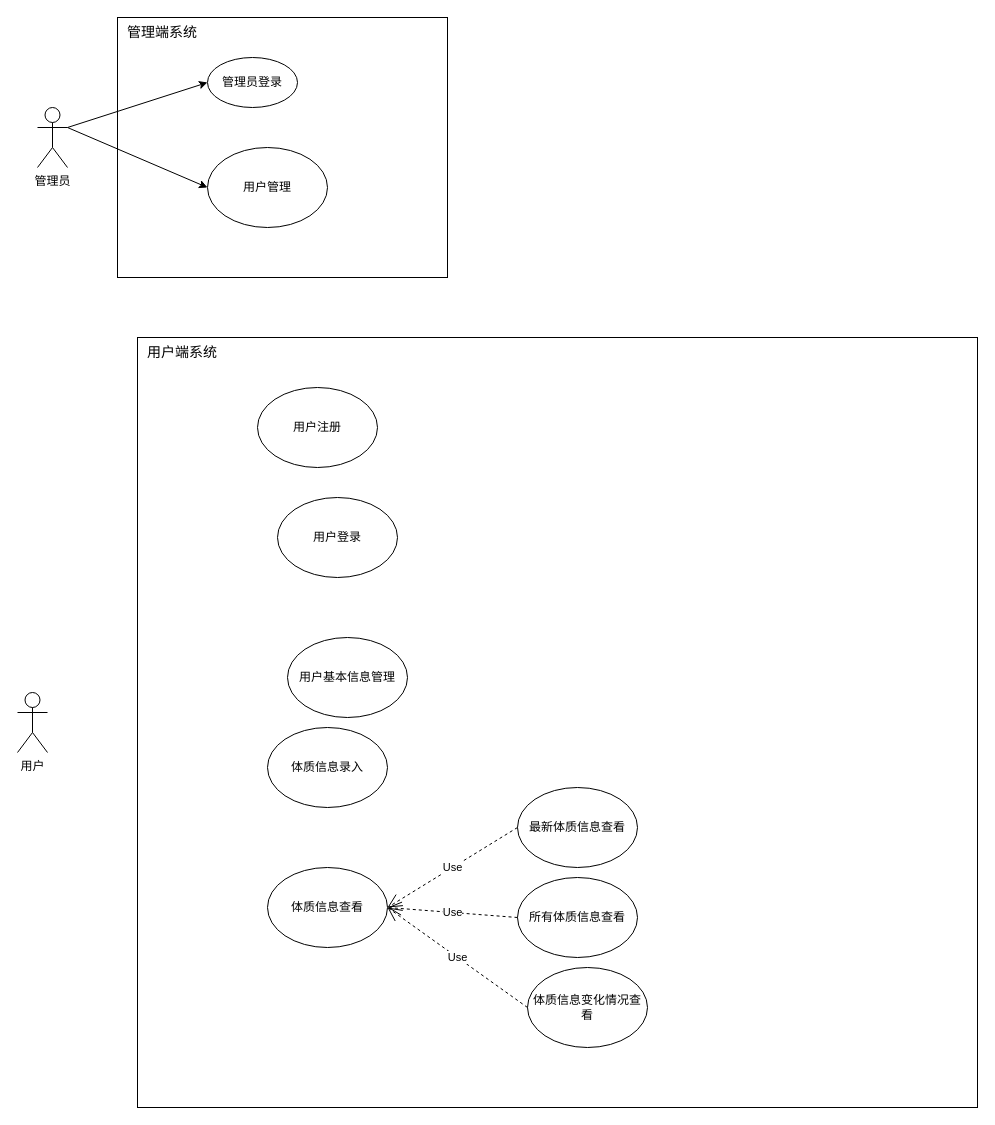
Before: 用例图.drawio in Alkaidar/draw, a draw.io diagram. Source tidied: cells renumbered, new cells numbered last; positions are measured from the earlier drawing's top-left corner, leaving out a move shared by most shapes. Both pictures are drawn from the tidied source at 100%, with x=0, y=0 at pixel (17, 17).
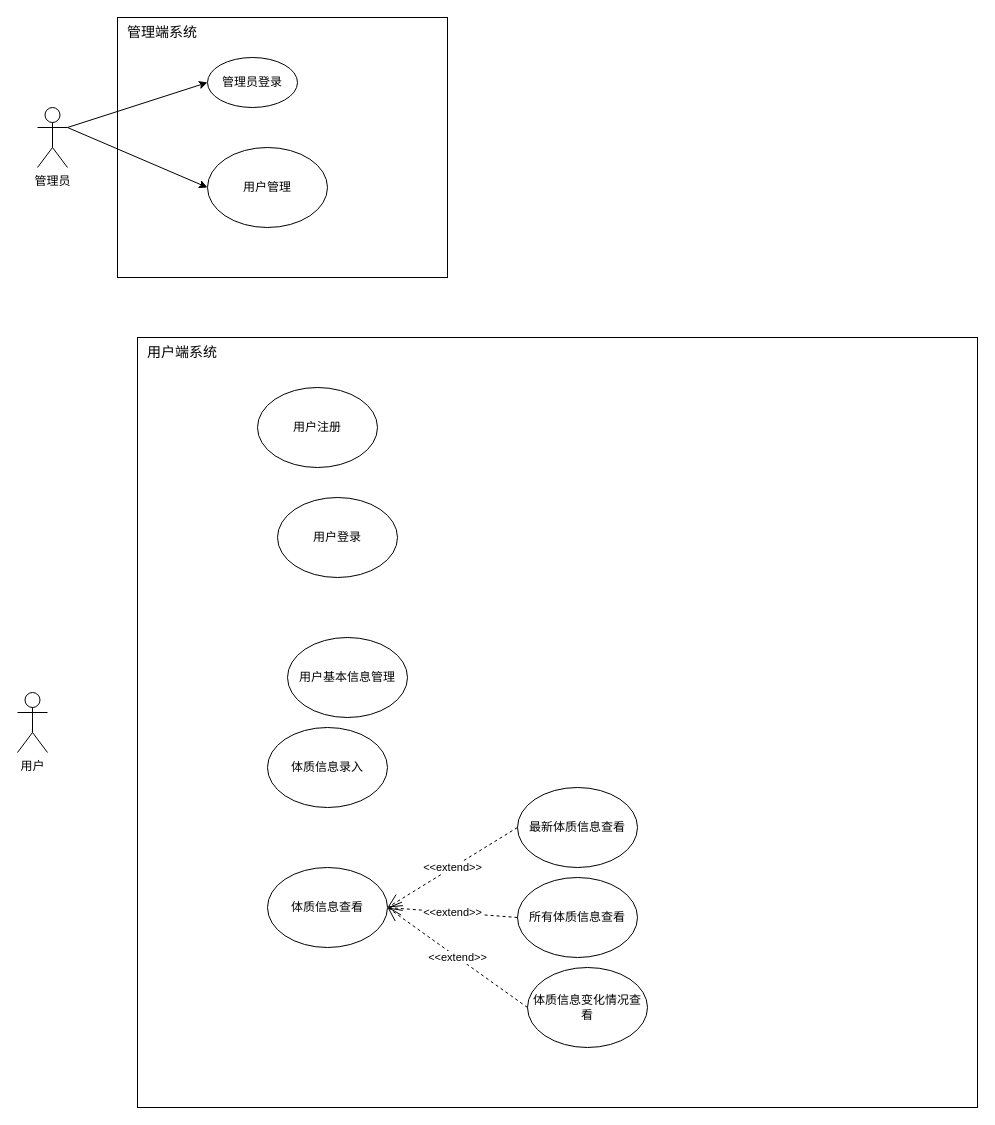
The same diagram, later.

The change refers to these unchanged cells:
```xml
<mxCell id="15" value="体质信息查看" style="ellipse;whiteSpace=wrap;html=1;" parent="1" vertex="1">
  <mxGeometry x="250" y="850" width="120" height="80" as="geometry" />
</mxCell>
<mxCell id="16" value="最新体质信息查看" style="ellipse;whiteSpace=wrap;html=1;" parent="1" vertex="1">
  <mxGeometry x="500" y="770" width="120" height="80" as="geometry" />
</mxCell>
<mxCell id="17" value="所有体质信息查看" style="ellipse;whiteSpace=wrap;html=1;" parent="1" vertex="1">
  <mxGeometry x="500" y="860" width="120" height="80" as="geometry" />
</mxCell>
<mxCell id="18" value="体质信息变化情况查看" style="ellipse;whiteSpace=wrap;html=1;" parent="1" vertex="1">
  <mxGeometry x="510" y="950" width="120" height="80" as="geometry" />
</mxCell>
```

Diff of the diagram source:
```diff
@@
-    <mxCell id="20" value="Use" style="endArrow=open;endSize=12;dashed=1;html=1;rounded=0;entryX=1;entryY=0.5;entryDx=0;entryDy=0;exitX=0;exitY=0.5;exitDx=0;exitDy=0;" parent="1" edge="1" source="16" target="15">
+    <mxCell id="20" value="&amp;lt;&amp;lt;extend&amp;gt;&amp;gt;" style="endArrow=open;endSize=12;dashed=1;html=1;rounded=0;entryX=1;entryY=0.5;entryDx=0;entryDy=0;exitX=0;exitY=0.5;exitDx=0;exitDy=0;" parent="1" edge="1" source="16" target="15">
       <mxGeometry relative="1" as="geometry" />
     </mxCell>
-    <mxCell id="21" value="Use" style="endArrow=open;endSize=12;dashed=1;html=1;rounded=0;entryX=1;entryY=0.5;entryDx=0;entryDy=0;exitX=0;exitY=0.5;exitDx=0;exitDy=0;" parent="1" edge="1" source="17" target="15">
+    <mxCell id="21" value="&amp;lt;&amp;lt;extend&amp;gt;&amp;gt;" style="endArrow=open;endSize=12;dashed=1;html=1;rounded=0;entryX=1;entryY=0.5;entryDx=0;entryDy=0;exitX=0;exitY=0.5;exitDx=0;exitDy=0;" parent="1" edge="1" source="17" target="15">
       <mxGeometry relative="1" as="geometry" />
     </mxCell>
-    <mxCell id="22" value="Use" style="endArrow=open;endSize=12;dashed=1;html=1;rounded=0;exitX=0;exitY=0.5;exitDx=0;exitDy=0;" parent="1" edge="1" source="18">
+    <mxCell id="22" value="&amp;lt;&amp;lt;extend&amp;gt;&amp;gt;" style="endArrow=open;endSize=12;dashed=1;html=1;rounded=0;exitX=0;exitY=0.5;exitDx=0;exitDy=0;" parent="1" edge="1" source="18">
       <mxGeometry relative="1" as="geometry">
         <mxPoint x="370" y="890" as="targetPoint" />
       </mxGeometry>
     </mxCell>
```
